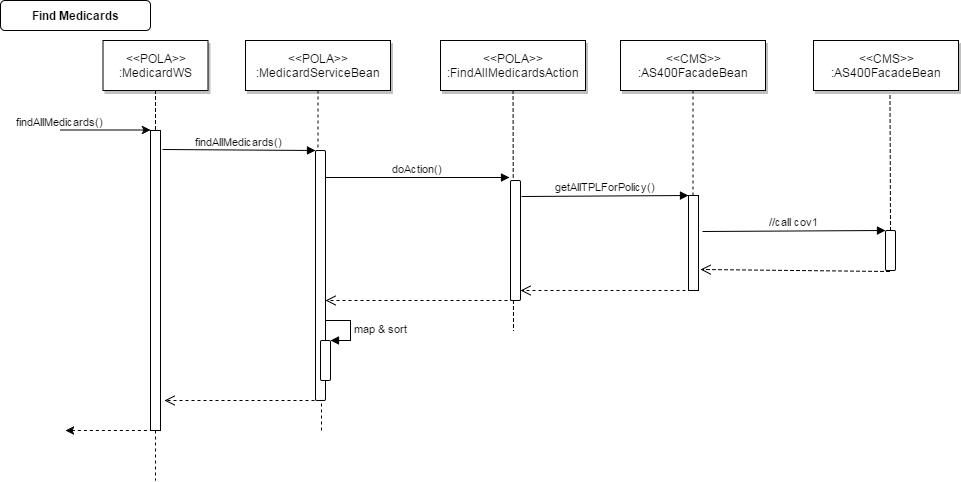
The draw.io diagram diagrams-export/find_medicards.png in wim-dkv/pola, before a commit. Source tidied: cells renumbered, new cells last; positions are measured from the earlier drawing's top-left corner, leaving out a move shared by most shapes.
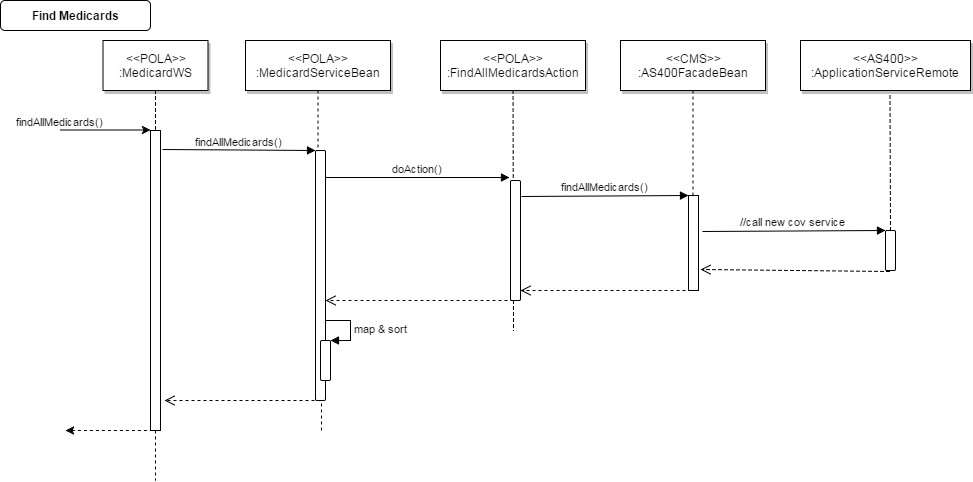
After the change.

What changed in the source:
```diff
@@ -66,7 +66,7 @@
     <mxCell id="18" style="html=1;points=[];perimeter=orthogonalPerimeter;rounded=1;" parent="1" vertex="1">
       <mxGeometry x="885" y="230" width="10" height="40" as="geometry" />
     </mxCell>
-    <mxCell id="19" value="//call cov1" style="html=1;verticalAlign=bottom;endArrow=block;entryX=0;entryY=0;exitX=1.2;exitY=0.3;exitPerimeter=0;" parent="1" edge="1" target="18">
+    <mxCell id="19" value="//call new cov service&amp;nbsp;" style="html=1;verticalAlign=bottom;endArrow=block;entryX=0;entryY=0;exitX=1.2;exitY=0.3;exitPerimeter=0;" parent="1" edge="1" target="18">
       <mxGeometry relative="1" as="geometry">
         <mxPoint x="702" y="231" as="sourcePoint" />
       </mxGeometry>
@@ -111,14 +111,14 @@
     <mxCell id="28" style="html=1;points=[];perimeter=orthogonalPerimeter;rounded=0;" parent="1" vertex="1">
       <mxGeometry x="688" y="195" width="10" height="95" as="geometry" />
     </mxCell>
-    <mxCell id="29" value="getAllTPLForPolicy()" style="html=1;verticalAlign=bottom;endArrow=block;entryX=0;entryY=0;exitX=1.1;exitY=0.133;exitPerimeter=0;" parent="1" edge="1" source="27" target="28">
+    <mxCell id="29" value="findAllMedicards()" style="html=1;verticalAlign=bottom;endArrow=block;entryX=0;entryY=0;exitX=1.1;exitY=0.133;exitPerimeter=0;" parent="1" edge="1" source="27" target="28">
       <mxGeometry relative="1" as="geometry" />
     </mxCell>
     <mxCell id="30" style="html=1;verticalAlign=bottom;endArrow=open;dashed=1;endSize=8;exitX=-0.3;exitY=1;exitPerimeter=0;" parent="1" edge="1" source="28" target="27">
       <mxGeometry relative="1" as="geometry" />
     </mxCell>
-    <mxCell id="31" value="&amp;lt;&amp;lt;CMS&amp;gt;&amp;gt;&lt;br&gt;:AS400FacadeBean" style="shadow=1;fillColor=#FFFFFF;strokeColor=#000000;html=1;" parent="1" vertex="1">
-      <mxGeometry x="813" y="40" width="145" height="50" as="geometry" />
+    <mxCell id="31" value="&amp;lt;&amp;lt;AS400&amp;gt;&amp;gt;&lt;br&gt;:ApplicationServiceRemote" style="shadow=1;fillColor=#FFFFFF;strokeColor=#000000;html=1;" parent="1" vertex="1">
+      <mxGeometry x="800" y="40" width="170" height="50" as="geometry" />
     </mxCell>
   </root>
 </mxGraphModel>
```
